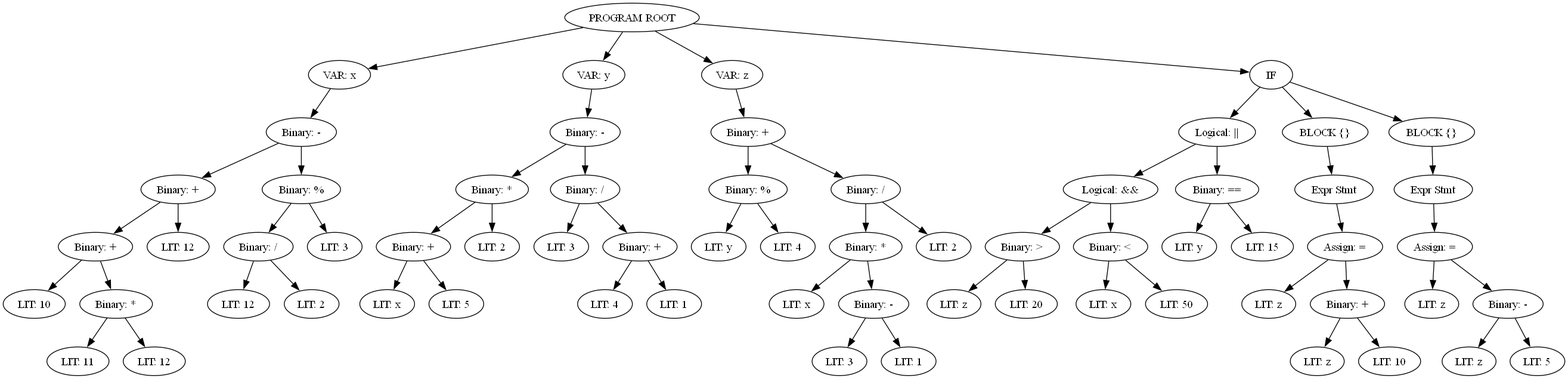
The Graphviz diagram ast.png in dawabeza/MY-LAGUAGE, before a commit. Its source is kept beside it as ast.dot.
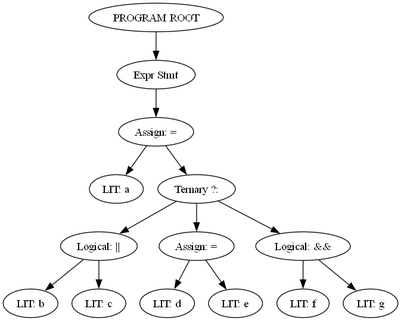
The same file after the commit.

What changed in the source:
```diff
@@ -1,132 +1,30 @@
 digraph AST {
     rankdir=TB;
     N0 [label="PROGRAM ROOT"];
-    N1 [label="VAR: x"];
+    N1 [label="Expr Stmt"];
     N0 -> N1;
-    N2 [label="Binary: -"];
+    N2 [label="Assign: ="];
     N1 -> N2;
-    N3 [label="Binary: +"];
+    N3 [label="LIT: a"];
     N2 -> N3;
-    N4 [label="Binary: +"];
-    N3 -> N4;
-    N5 [label="LIT: 10"];
+    N4 [label="Ternary ?:"];
+    N2 -> N4;
+    N5 [label="Logical: ||"];
     N4 -> N5;
-    N6 [label="Binary: *"];
-    N4 -> N6;
-    N7 [label="LIT: 11"];
-    N6 -> N7;
-    N8 [label="LIT: 12"];
-    N6 -> N8;
-    N9 [label="LIT: 12"];
-    N3 -> N9;
-    N10 [label="Binary: %"];
-    N2 -> N10;
-    N11 [label="Binary: /"];
-    N10 -> N11;
-    N12 [label="LIT: 12"];
+    N6 [label="LIT: b"];
+    N5 -> N6;
+    N7 [label="LIT: c"];
+    N5 -> N7;
+    N8 [label="Assign: ="];
+    N4 -> N8;
+    N9 [label="LIT: d"];
+    N8 -> N9;
+    N10 [label="LIT: e"];
+    N8 -> N10;
+    N11 [label="Logical: &&"];
+    N4 -> N11;
+    N12 [label="LIT: f"];
     N11 -> N12;
-    N13 [label="LIT: 2"];
+    N13 [label="LIT: g"];
     N11 -> N13;
-    N14 [label="LIT: 3"];
-    N10 -> N14;
-    N15 [label="VAR: y"];
-    N0 -> N15;
-    N16 [label="Binary: -"];
-    N15 -> N16;
-    N17 [label="Binary: *"];
-    N16 -> N17;
-    N18 [label="Binary: +"];
-    N17 -> N18;
-    N19 [label="LIT: x"];
-    N18 -> N19;
-    N20 [label="LIT: 5"];
-    N18 -> N20;
-    N21 [label="LIT: 2"];
-    N17 -> N21;
-    N22 [label="Binary: /"];
-    N16 -> N22;
-    N23 [label="LIT: 3"];
-    N22 -> N23;
-    N24 [label="Binary: +"];
-    N22 -> N24;
-    N25 [label="LIT: 4"];
-    N24 -> N25;
-    N26 [label="LIT: 1"];
-    N24 -> N26;
-    N27 [label="VAR: z"];
-    N0 -> N27;
-    N28 [label="Binary: +"];
-    N27 -> N28;
-    N29 [label="Binary: %"];
-    N28 -> N29;
-    N30 [label="LIT: y"];
-    N29 -> N30;
-    N31 [label="LIT: 4"];
-    N29 -> N31;
-    N32 [label="Binary: /"];
-    N28 -> N32;
-    N33 [label="Binary: *"];
-    N32 -> N33;
-    N34 [label="LIT: x"];
-    N33 -> N34;
-    N35 [label="Binary: -"];
-    N33 -> N35;
-    N36 [label="LIT: 3"];
-    N35 -> N36;
-    N37 [label="LIT: 1"];
-    N35 -> N37;
-    N38 [label="LIT: 2"];
-    N32 -> N38;
-    N39 [label="IF"];
-    N0 -> N39;
-    N40 [label="Logical: ||"];
-    N39 -> N40;
-    N41 [label="Logical: &&"];
-    N40 -> N41;
-    N42 [label="Binary: >"];
-    N41 -> N42;
-    N43 [label="LIT: z"];
-    N42 -> N43;
-    N44 [label="LIT: 20"];
-    N42 -> N44;
-    N45 [label="Binary: <"];
-    N41 -> N45;
-    N46 [label="LIT: x"];
-    N45 -> N46;
-    N47 [label="LIT: 50"];
-    N45 -> N47;
-    N48 [label="Binary: =="];
-    N40 -> N48;
-    N49 [label="LIT: y"];
-    N48 -> N49;
-    N50 [label="LIT: 15"];
-    N48 -> N50;
-    N51 [label="BLOCK {}"];
-    N39 -> N51;
-    N52 [label="Expr Stmt"];
-    N51 -> N52;
-    N53 [label="Assign: ="];
-    N52 -> N53;
-    N54 [label="LIT: z"];
-    N53 -> N54;
-    N55 [label="Binary: +"];
-    N53 -> N55;
-    N56 [label="LIT: z"];
-    N55 -> N56;
-    N57 [label="LIT: 10"];
-    N55 -> N57;
-    N58 [label="BLOCK {}"];
-    N39 -> N58;
-    N59 [label="Expr Stmt"];
-    N58 -> N59;
-    N60 [label="Assign: ="];
-    N59 -> N60;
-    N61 [label="LIT: z"];
-    N60 -> N61;
-    N62 [label="Binary: -"];
-    N60 -> N62;
-    N63 [label="LIT: z"];
-    N62 -> N63;
-    N64 [label="LIT: 5"];
-    N62 -> N64;
 }
```
